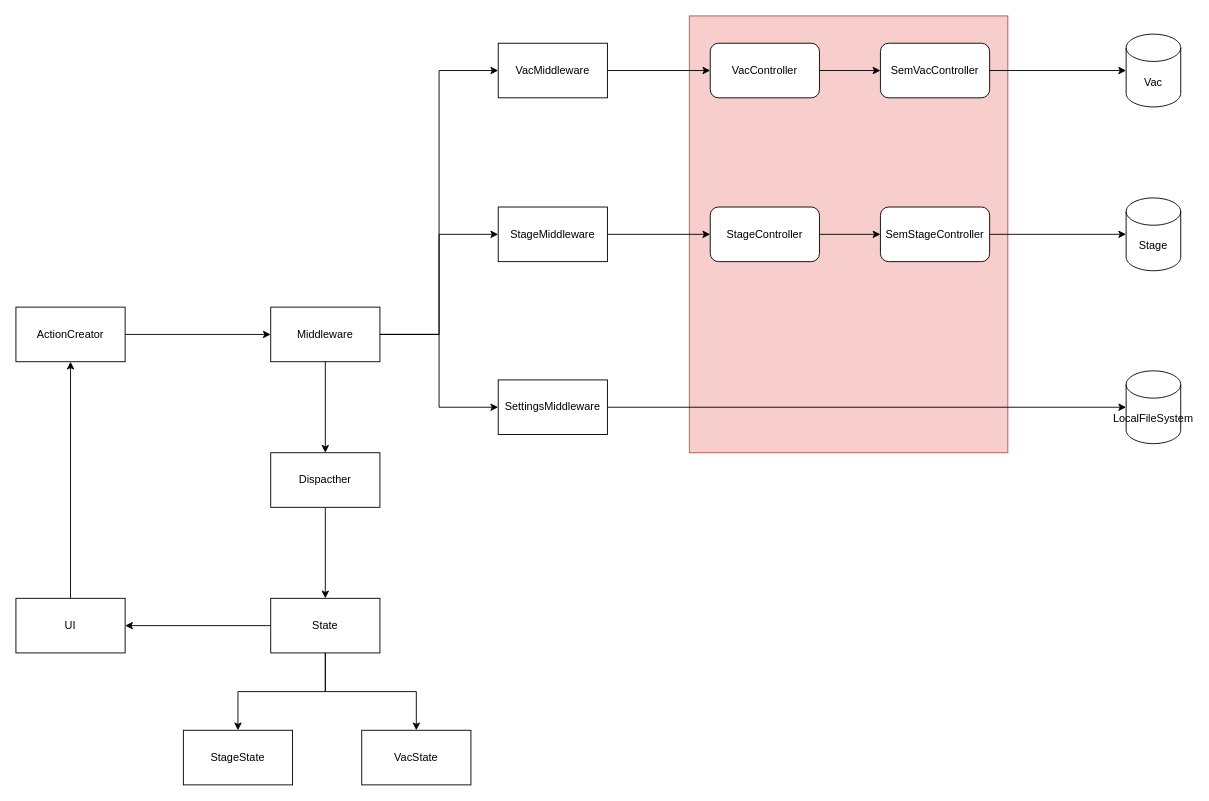
Above: page "Qt Flux" (5 of 5) of 系统结构图.drawio in SolarAA-11/drawio (draw.io), before the change. Source tidied: cells renumbered, new cells numbered last; positions are measured from the earlier drawing's top-left corner, leaving out a move shared by most shapes. Both pictures are drawn from the tidied source at 91%, with x=0, y=0 at pixel (15, 15).
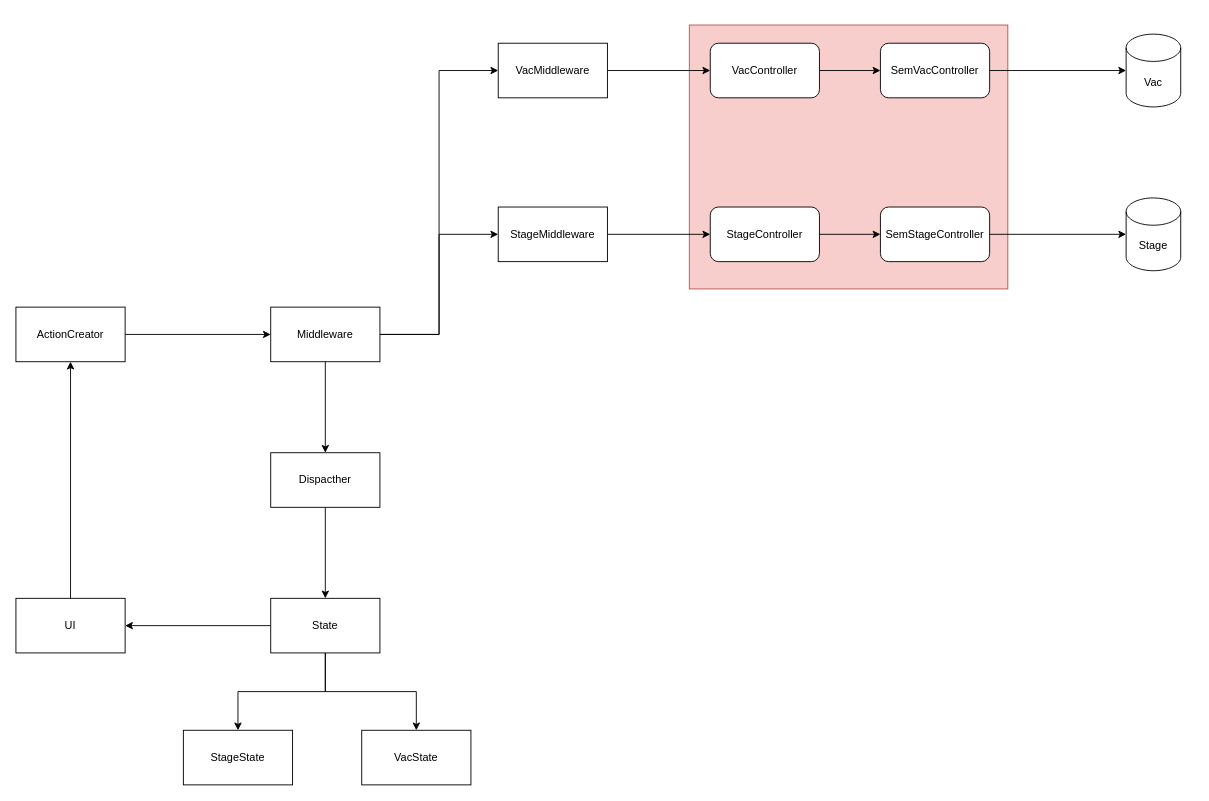
Above is the later version.

Commit message:
更新系统结构图.drawio

Unchanged cells that the change refers to:
```xml
<mxCell id="15" value="Middleware" style="rounded=0;whiteSpace=wrap;html=1;" parent="1" vertex="1">
  <mxGeometry x="280" y="320" width="120" height="60" as="geometry" />
</mxCell>
```

Diff of the diagram source:
```diff
@@
     <mxCell id="2" style="rounded=0;whiteSpace=wrap;html=1;fillColor=#f8cecc;strokeColor=#b85450;" parent="1" vertex="1">
-      <mxGeometry x="740" width="350" height="480" as="geometry" />
+      <mxGeometry x="740" y="10" width="350" height="290" as="geometry" />
     </mxCell>
@@
-    <mxCell id="12" style="edgeStyle=orthogonalEdgeStyle;rounded=0;jettySize=auto;html=1;entryX=0;entryY=0.5;entryDx=0;entryDy=0;" parent="1" edge="1" source="15" target="18">
-      <mxGeometry relative="1" as="geometry" />
-    </mxCell>
@@
-    <mxCell id="18" value="SettingsMiddleware" style="rounded=0;whiteSpace=wrap;html=1;" parent="1" vertex="1">
-      <mxGeometry x="530" y="400" width="120" height="60" as="geometry" />
-    </mxCell>
@@
-    <mxCell id="33" value="LocalFileSystem&lt;br&gt;" style="shape=cylinder3;whiteSpace=wrap;html=1;boundedLbl=1;backgroundOutline=1;size=15;" parent="1" vertex="1">
-      <mxGeometry x="1220" y="390" width="60" height="80" as="geometry" />
-    </mxCell>
-    <mxCell id="34" style="edgeStyle=orthogonalEdgeStyle;rounded=0;jettySize=auto;html=1;entryX=0;entryY=0.5;entryDx=0;entryDy=0;entryPerimeter=0;" parent="1" edge="1" source="18" target="33">
-      <mxGeometry relative="1" as="geometry" />
-    </mxCell>
```
